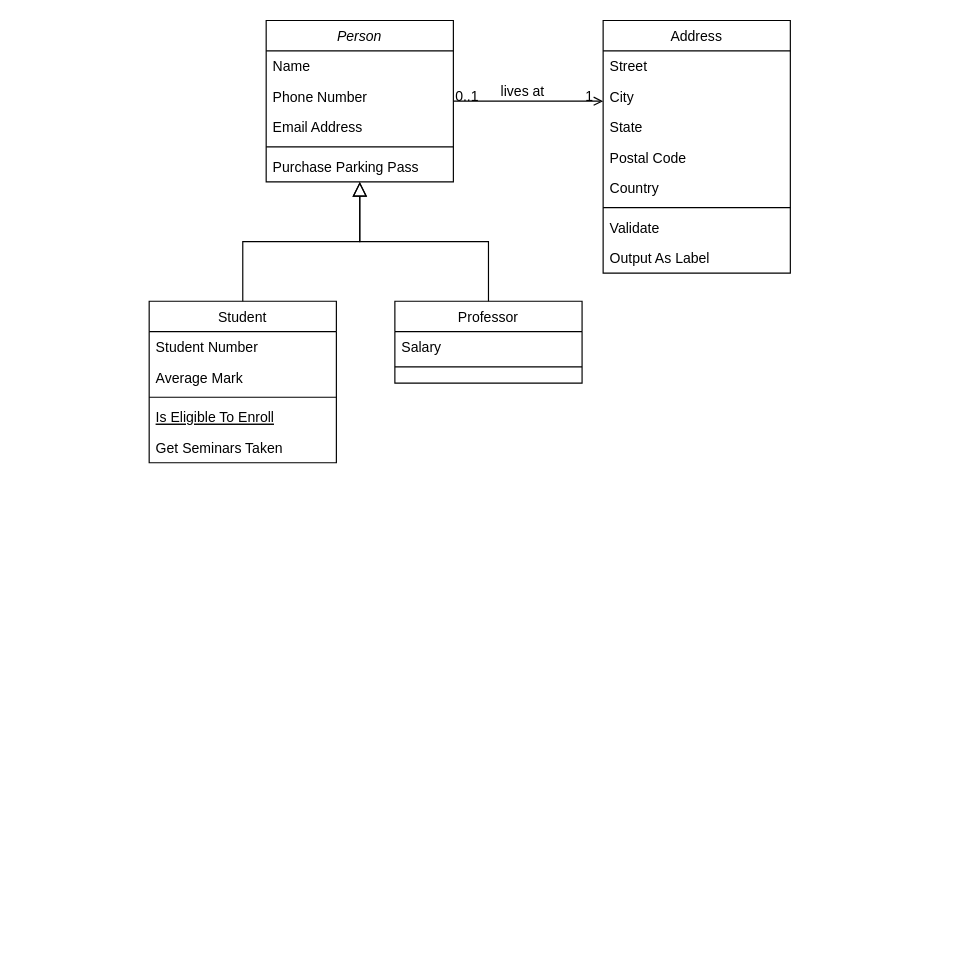
The draw.io diagram OC3-UML-Homeskolar-class-diag.drawio in AlyxEugenot/OC-Courses, before the edit. Source tidied: cells renumbered, new cells numbered last; positions are measured from the earlier drawing's top-left corner, leaving out a move shared by most shapes. Both pictures are drawn from the tidied source at 117%, with x=0, y=0 at pixel (149, 20).
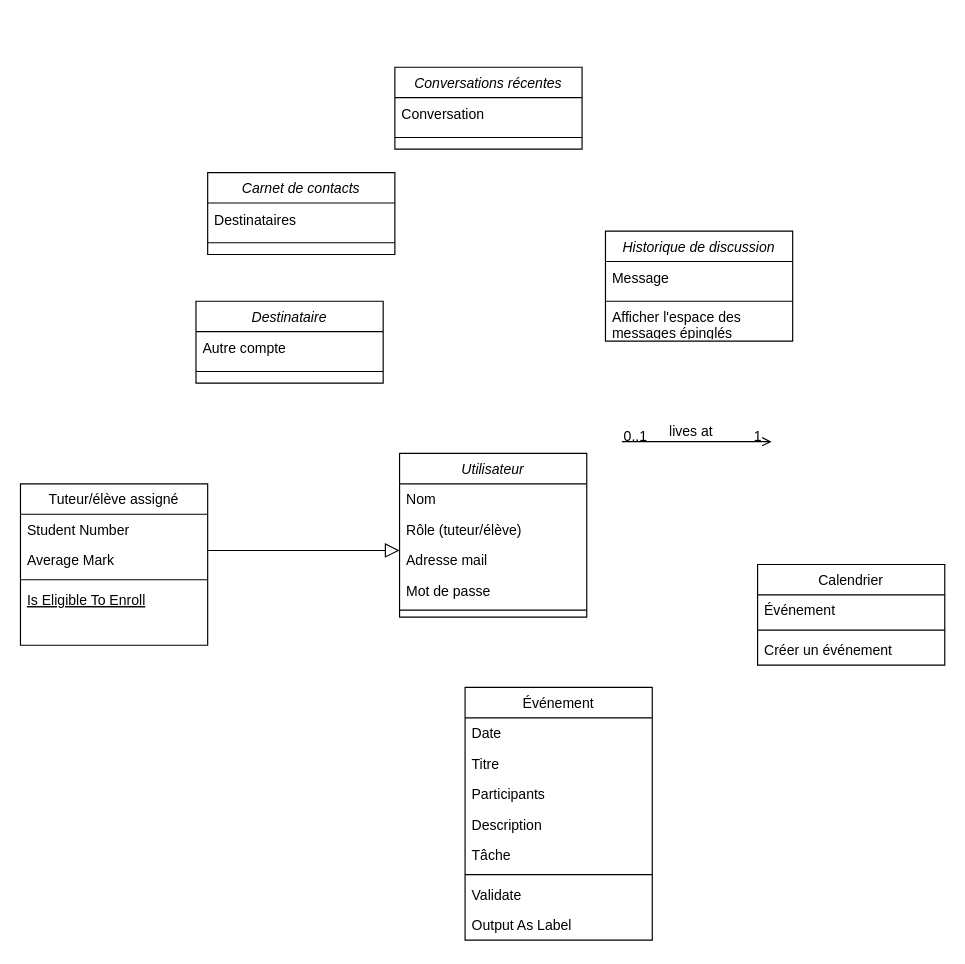
The same diagram, later.

Commit message (it also covers changes not shown here):
Mettre à jour OC3-UML-Homeskolar-class-diag.drawio

The edit, as a diff of the source:
```diff
@@
-    <mxCell id="2" value="Person" style="swimlane;fontStyle=2;align=center;verticalAlign=top;horizontal=1;startSize=26;rounded=0;shadow=0;strokeWidth=1;" parent="1" vertex="1">
-      <mxGeometry x="100" width="160" height="138" as="geometry" />
+    <mxCell id="2" value="Utilisateur" style="swimlane;fontStyle=2;align=center;verticalAlign=top;horizontal=1;startSize=26;rounded=0;shadow=0;strokeWidth=1;" parent="1" vertex="1">
+      <mxGeometry x="214" y="370" width="160" height="140" as="geometry" />
     </mxCell>
-    <mxCell id="3" value="Name" style="text;align=left;verticalAlign=top;spacingLeft=4;spacingRight=4;overflow=hidden;" parent="2" vertex="1">
+    <mxCell id="3" value="Nom" style="text;align=left;verticalAlign=top;spacingLeft=4;spacingRight=4;overflow=hidden;" parent="2" vertex="1">
       <mxGeometry y="26" width="160" height="26" as="geometry" />
     </mxCell>
-    <mxCell id="4" value="Phone Number" style="text;align=left;verticalAlign=top;spacingLeft=4;spacingRight=4;overflow=hidden;rounded=0;shadow=0;html=0;" parent="2" vertex="1">
+    <mxCell id="4" value="Rôle (tuteur/élève)" style="text;align=left;verticalAlign=top;spacingLeft=4;spacingRight=4;overflow=hidden;rounded=0;shadow=0;html=0;" parent="2" vertex="1">
       <mxGeometry y="52" width="160" height="26" as="geometry" />
     </mxCell>
-    <mxCell id="5" value="Email Address" style="text;align=left;verticalAlign=top;spacingLeft=4;spacingRight=4;overflow=hidden;rounded=0;shadow=0;html=0;" parent="2" vertex="1">
+    <mxCell id="5" value="Adresse mail" style="text;align=left;verticalAlign=top;spacingLeft=4;spacingRight=4;overflow=hidden;rounded=0;shadow=0;html=0;" parent="2" vertex="1">
       <mxGeometry y="78" width="160" height="26" as="geometry" />
     </mxCell>
+    <mxCell id="32" value="Mot de passe" style="text;align=left;verticalAlign=top;spacingLeft=4;spacingRight=4;overflow=hidden;rounded=0;shadow=0;html=0;" parent="2" vertex="1">
+      <mxGeometry y="104" width="160" height="26" as="geometry" />
+    </mxCell>
     <mxCell id="6" style="line;html=1;strokeWidth=1;align=left;verticalAlign=middle;spacingTop=-1;spacingLeft=3;spacingRight=3;labelPosition=right;" parent="2" vertex="1">
-      <mxGeometry y="104" width="160" height="8" as="geometry" />
+      <mxGeometry y="130" width="160" height="8" as="geometry" />
     </mxCell>
-    <mxCell id="7" value="Purchase Parking Pass" style="text;align=left;verticalAlign=top;spacingLeft=4;spacingRight=4;overflow=hidden;" parent="2" vertex="1">
-      <mxGeometry y="112" width="160" height="26" as="geometry" />
-    </mxCell>
-    <mxCell id="8" value="Student" style="swimlane;fontStyle=0;align=center;verticalAlign=top;horizontal=1;startSize=26;rounded=0;shadow=0;strokeWidth=1;" parent="1" vertex="1">
-      <mxGeometry y="240" width="160" height="138" as="geometry" />
+    <mxCell id="8" value="Tuteur/élève assigné" style="swimlane;fontStyle=0;align=center;verticalAlign=top;horizontal=1;startSize=26;rounded=0;shadow=0;strokeWidth=1;" parent="1" vertex="1">
+      <mxGeometry x="-110" y="396" width="160" height="138" as="geometry" />
     </mxCell>
@@
-    <mxCell id="13" value="Get Seminars Taken" style="text;align=left;verticalAlign=top;spacingLeft=4;spacingRight=4;overflow=hidden;" parent="8" vertex="1">
-      <mxGeometry y="112" width="160" height="26" as="geometry" />
-    </mxCell>
@@
-    <mxCell id="15" value="Professor" style="swimlane;fontStyle=0;align=center;verticalAlign=top;horizontal=1;startSize=26;rounded=0;shadow=0;strokeWidth=1;" parent="1" vertex="1">
-      <mxGeometry x="210" y="240" width="160" height="70" as="geometry" />
-    </mxCell>
-    <mxCell id="16" value="Salary" style="text;align=left;verticalAlign=top;spacingLeft=4;spacingRight=4;overflow=hidden;" parent="15" vertex="1">
-      <mxGeometry y="26" width="160" height="26" as="geometry" />
-    </mxCell>
-    <mxCell id="17" style="line;html=1;strokeWidth=1;align=left;verticalAlign=middle;spacingTop=-1;spacingLeft=3;spacingRight=3;labelPosition=right;" parent="15" vertex="1">
-      <mxGeometry y="52" width="160" height="8" as="geometry" />
-    </mxCell>
-    <mxCell id="18" style="endArrow=block;endSize=10;endFill=0;shadow=0;strokeWidth=1;rounded=0;curved=0;edgeStyle=elbowEdgeStyle;elbow=vertical;" parent="1" edge="1" source="15" target="2">
-      <mxGeometry relative="1" as="geometry" />
-    </mxCell>
-    <mxCell id="19" value="Address" style="swimlane;fontStyle=0;align=center;verticalAlign=top;horizontal=1;startSize=26;rounded=0;shadow=0;strokeWidth=1;" parent="1" vertex="1">
-      <mxGeometry x="388" width="160" height="216" as="geometry" />
+    <mxCell id="19" value="Calendrier" style="swimlane;fontStyle=0;align=center;verticalAlign=top;horizontal=1;startSize=26;rounded=0;shadow=0;strokeWidth=1;" parent="1" vertex="1">
+      <mxGeometry x="520" y="465" width="160" height="86" as="geometry" />
     </mxCell>
-    <mxCell id="20" value="Street" style="text;align=left;verticalAlign=top;spacingLeft=4;spacingRight=4;overflow=hidden;" parent="19" vertex="1">
+    <mxCell id="20" value="Événement" style="text;align=left;verticalAlign=top;spacingLeft=4;spacingRight=4;overflow=hidden;" parent="19" vertex="1">
       <mxGeometry y="26" width="160" height="26" as="geometry" />
     </mxCell>
-    <mxCell id="21" value="City" style="text;align=left;verticalAlign=top;spacingLeft=4;spacingRight=4;overflow=hidden;rounded=0;shadow=0;html=0;" parent="19" vertex="1">
-      <mxGeometry y="52" width="160" height="26" as="geometry" />
-    </mxCell>
-    <mxCell id="22" value="State" style="text;align=left;verticalAlign=top;spacingLeft=4;spacingRight=4;overflow=hidden;rounded=0;shadow=0;html=0;" parent="19" vertex="1">
-      <mxGeometry y="78" width="160" height="26" as="geometry" />
-    </mxCell>
-    <mxCell id="23" value="Postal Code" style="text;align=left;verticalAlign=top;spacingLeft=4;spacingRight=4;overflow=hidden;rounded=0;shadow=0;html=0;" parent="19" vertex="1">
-      <mxGeometry y="104" width="160" height="26" as="geometry" />
-    </mxCell>
-    <mxCell id="24" value="Country" style="text;align=left;verticalAlign=top;spacingLeft=4;spacingRight=4;overflow=hidden;rounded=0;shadow=0;html=0;" parent="19" vertex="1">
-      <mxGeometry y="130" width="160" height="26" as="geometry" />
-    </mxCell>
     <mxCell id="25" style="line;html=1;strokeWidth=1;align=left;verticalAlign=middle;spacingTop=-1;spacingLeft=3;spacingRight=3;labelPosition=right;" parent="19" vertex="1">
-      <mxGeometry y="156" width="160" height="8" as="geometry" />
+      <mxGeometry y="52" width="160" height="8" as="geometry" />
     </mxCell>
-    <mxCell id="26" value="Validate" style="text;align=left;verticalAlign=top;spacingLeft=4;spacingRight=4;overflow=hidden;" parent="19" vertex="1">
-      <mxGeometry y="164" width="160" height="26" as="geometry" />
+    <mxCell id="26" value="Créer un événement" style="text;align=left;verticalAlign=top;spacingLeft=4;spacingRight=4;overflow=hidden;" parent="19" vertex="1">
+      <mxGeometry y="60" width="160" height="26" as="geometry" />
     </mxCell>
-    <mxCell id="27" value="Output As Label" style="text;align=left;verticalAlign=top;spacingLeft=4;spacingRight=4;overflow=hidden;" parent="19" vertex="1">
-      <mxGeometry y="190" width="160" height="26" as="geometry" />
-    </mxCell>
-    <mxCell id="28" style="endArrow=open;shadow=0;strokeWidth=1;rounded=0;curved=0;endFill=1;edgeStyle=elbowEdgeStyle;elbow=vertical;" parent="1" edge="1" source="2" target="19">
-      <mxGeometry x="0.5" y="41" relative="1" as="geometry">
-        <mxPoint x="-40" y="32" as="offset" />
-      </mxGeometry>
-    </mxCell>
+    <mxCell id="33" style="endArrow=open;shadow=0;strokeWidth=1;rounded=0;curved=0;endFill=1;edgeStyle=elbowEdgeStyle;elbow=vertical;" parent="1" edge="1">
+      <mxGeometry x="0.5" y="41" relative="1" as="geometry">
+        <mxPoint x="404" y="360" as="sourcePoint" />
+        <mxPoint x="532" y="360" as="targetPoint" />
+        <mxPoint x="-40" y="32" as="offset" />
+      </mxGeometry>
+    </mxCell>
-    <mxCell id="29" value="0..1" style="align=left;verticalAlign=bottom;labelBackgroundColor=none;fontSize=12;" parent="28" vertex="1">
+    <mxCell id="29" value="0..1" style="align=left;verticalAlign=bottom;labelBackgroundColor=none;fontSize=12;" parent="33" vertex="1">
       <mxGeometry x="-1" relative="1" as="geometry">
         <mxPoint y="4" as="offset" />
       </mxGeometry>
     </mxCell>
-    <mxCell id="30" value="1" style="align=right;verticalAlign=bottom;labelBackgroundColor=none;fontSize=12;" parent="28" vertex="1">
+    <mxCell id="30" value="1" style="align=right;verticalAlign=bottom;labelBackgroundColor=none;fontSize=12;" parent="33" vertex="1">
       <mxGeometry x="1" relative="1" as="geometry">
         <mxPoint x="-7" y="4" as="offset" />
       </mxGeometry>
     </mxCell>
-    <mxCell id="31" value="lives at" style="text;html=1;align=center;verticalAlign=middle;labelBackgroundColor=none;rounded=0;shadow=0;strokeWidth=1;fontSize=12;" parent="28" vertex="1">
+    <mxCell id="31" value="lives at" style="text;html=1;align=center;verticalAlign=middle;labelBackgroundColor=none;rounded=0;shadow=0;strokeWidth=1;fontSize=12;" parent="33" vertex="1">
       <mxGeometry x="0.5" y="49" relative="1" as="geometry">
         <mxPoint x="-38" y="40" as="offset" />
       </mxGeometry>
     </mxCell>
+    <mxCell id="34" value="Carnet de contacts" style="swimlane;fontStyle=2;align=center;verticalAlign=top;horizontal=1;startSize=26;rounded=0;shadow=0;strokeWidth=1;" parent="1" vertex="1">
+      <mxGeometry x="50" y="130" width="160" height="70" as="geometry" />
+    </mxCell>
+    <mxCell id="35" value="Destinataires" style="text;strokeColor=none;fillColor=none;align=left;verticalAlign=middle;spacingLeft=4;spacingRight=4;overflow=hidden;whiteSpace=wrap;html=1;" parent="34" vertex="1">
+      <mxGeometry y="26" width="160" height="30" as="geometry" />
+    </mxCell>
+    <mxCell id="36" style="line;html=1;strokeWidth=1;align=left;verticalAlign=middle;spacingTop=-1;spacingLeft=3;spacingRight=3;labelPosition=right;" parent="34" vertex="1">
+      <mxGeometry y="56" width="160" height="8" as="geometry" />
+    </mxCell>
+    <mxCell id="37" value="Destinataire" style="swimlane;fontStyle=2;align=center;verticalAlign=top;horizontal=1;startSize=26;rounded=0;shadow=0;strokeWidth=1;" parent="1" vertex="1">
+      <mxGeometry x="40" y="240" width="160" height="70" as="geometry" />
+    </mxCell>
+    <mxCell id="38" value="Autre compte" style="text;strokeColor=none;fillColor=none;align=left;verticalAlign=middle;spacingLeft=4;spacingRight=4;overflow=hidden;whiteSpace=wrap;html=1;" parent="37" vertex="1">
+      <mxGeometry y="26" width="160" height="30" as="geometry" />
+    </mxCell>
+    <mxCell id="39" style="line;html=1;strokeWidth=1;align=left;verticalAlign=middle;spacingTop=-1;spacingLeft=3;spacingRight=3;labelPosition=right;" parent="37" vertex="1">
+      <mxGeometry y="56" width="160" height="8" as="geometry" />
+    </mxCell>
+    <mxCell id="40" value="Conversations récentes" style="swimlane;fontStyle=2;align=center;verticalAlign=top;horizontal=1;startSize=26;rounded=0;shadow=0;strokeWidth=1;" parent="1" vertex="1">
+      <mxGeometry x="210" y="40" width="160" height="70" as="geometry" />
+    </mxCell>
+    <mxCell id="41" value="Conversation" style="text;strokeColor=none;fillColor=none;align=left;verticalAlign=middle;spacingLeft=4;spacingRight=4;overflow=hidden;whiteSpace=wrap;html=1;" parent="40" vertex="1">
+      <mxGeometry y="26" width="160" height="30" as="geometry" />
+    </mxCell>
+    <mxCell id="42" style="line;html=1;strokeWidth=1;align=left;verticalAlign=middle;spacingTop=-1;spacingLeft=3;spacingRight=3;labelPosition=right;" parent="40" vertex="1">
+      <mxGeometry y="56" width="160" height="8" as="geometry" />
+    </mxCell>
+    <mxCell id="43" value="Historique de discussion" style="swimlane;fontStyle=2;align=center;verticalAlign=top;horizontal=1;startSize=26;rounded=0;shadow=0;strokeWidth=1;" parent="1" vertex="1">
+      <mxGeometry x="390" y="180" width="160" height="94" as="geometry" />
+    </mxCell>
+    <mxCell id="44" value="Message" style="text;strokeColor=none;fillColor=none;align=left;verticalAlign=middle;spacingLeft=4;spacingRight=4;overflow=hidden;whiteSpace=wrap;html=1;" parent="43" vertex="1">
+      <mxGeometry y="26" width="160" height="30" as="geometry" />
+    </mxCell>
+    <mxCell id="45" style="line;html=1;strokeWidth=1;align=left;verticalAlign=middle;spacingTop=-1;spacingLeft=3;spacingRight=3;labelPosition=right;" parent="43" vertex="1">
+      <mxGeometry y="56" width="160" height="8" as="geometry" />
+    </mxCell>
+    <mxCell id="46" value="Afficher l'espace des messages épinglés" style="text;strokeColor=none;fillColor=none;align=left;verticalAlign=middle;spacingLeft=4;spacingRight=4;overflow=hidden;whiteSpace=wrap;html=1;" parent="43" vertex="1">
+      <mxGeometry y="64" width="160" height="30" as="geometry" />
+    </mxCell>
+    <mxCell id="47" value="Événement" style="swimlane;fontStyle=0;align=center;verticalAlign=top;horizontal=1;startSize=26;rounded=0;shadow=0;strokeWidth=1;" parent="1" vertex="1">
+      <mxGeometry x="270" y="570" width="160" height="216" as="geometry" />
+    </mxCell>
+    <mxCell id="48" value="Date" style="text;align=left;verticalAlign=top;spacingLeft=4;spacingRight=4;overflow=hidden;" parent="47" vertex="1">
+      <mxGeometry y="26" width="160" height="26" as="geometry" />
+    </mxCell>
+    <mxCell id="49" value="Titre" style="text;align=left;verticalAlign=top;spacingLeft=4;spacingRight=4;overflow=hidden;rounded=0;shadow=0;html=0;" parent="47" vertex="1">
+      <mxGeometry y="52" width="160" height="26" as="geometry" />
+    </mxCell>
+    <mxCell id="50" value="Participants" style="text;align=left;verticalAlign=top;spacingLeft=4;spacingRight=4;overflow=hidden;rounded=0;shadow=0;html=0;" parent="47" vertex="1">
+      <mxGeometry y="78" width="160" height="26" as="geometry" />
+    </mxCell>
+    <mxCell id="51" value="Description" style="text;align=left;verticalAlign=top;spacingLeft=4;spacingRight=4;overflow=hidden;rounded=0;shadow=0;html=0;" parent="47" vertex="1">
+      <mxGeometry y="104" width="160" height="26" as="geometry" />
+    </mxCell>
+    <mxCell id="52" value="Tâche" style="text;align=left;verticalAlign=top;spacingLeft=4;spacingRight=4;overflow=hidden;rounded=0;shadow=0;html=0;" parent="47" vertex="1">
+      <mxGeometry y="130" width="160" height="26" as="geometry" />
+    </mxCell>
+    <mxCell id="53" style="line;html=1;strokeWidth=1;align=left;verticalAlign=middle;spacingTop=-1;spacingLeft=3;spacingRight=3;labelPosition=right;" parent="47" vertex="1">
+      <mxGeometry y="156" width="160" height="8" as="geometry" />
+    </mxCell>
+    <mxCell id="54" value="Validate" style="text;align=left;verticalAlign=top;spacingLeft=4;spacingRight=4;overflow=hidden;" parent="47" vertex="1">
+      <mxGeometry y="164" width="160" height="26" as="geometry" />
+    </mxCell>
+    <mxCell id="27" value="Output As Label" style="text;align=left;verticalAlign=top;spacingLeft=4;spacingRight=4;overflow=hidden;" parent="47" vertex="1">
+      <mxGeometry y="190" width="160" height="26" as="geometry" />
+    </mxCell>
```
